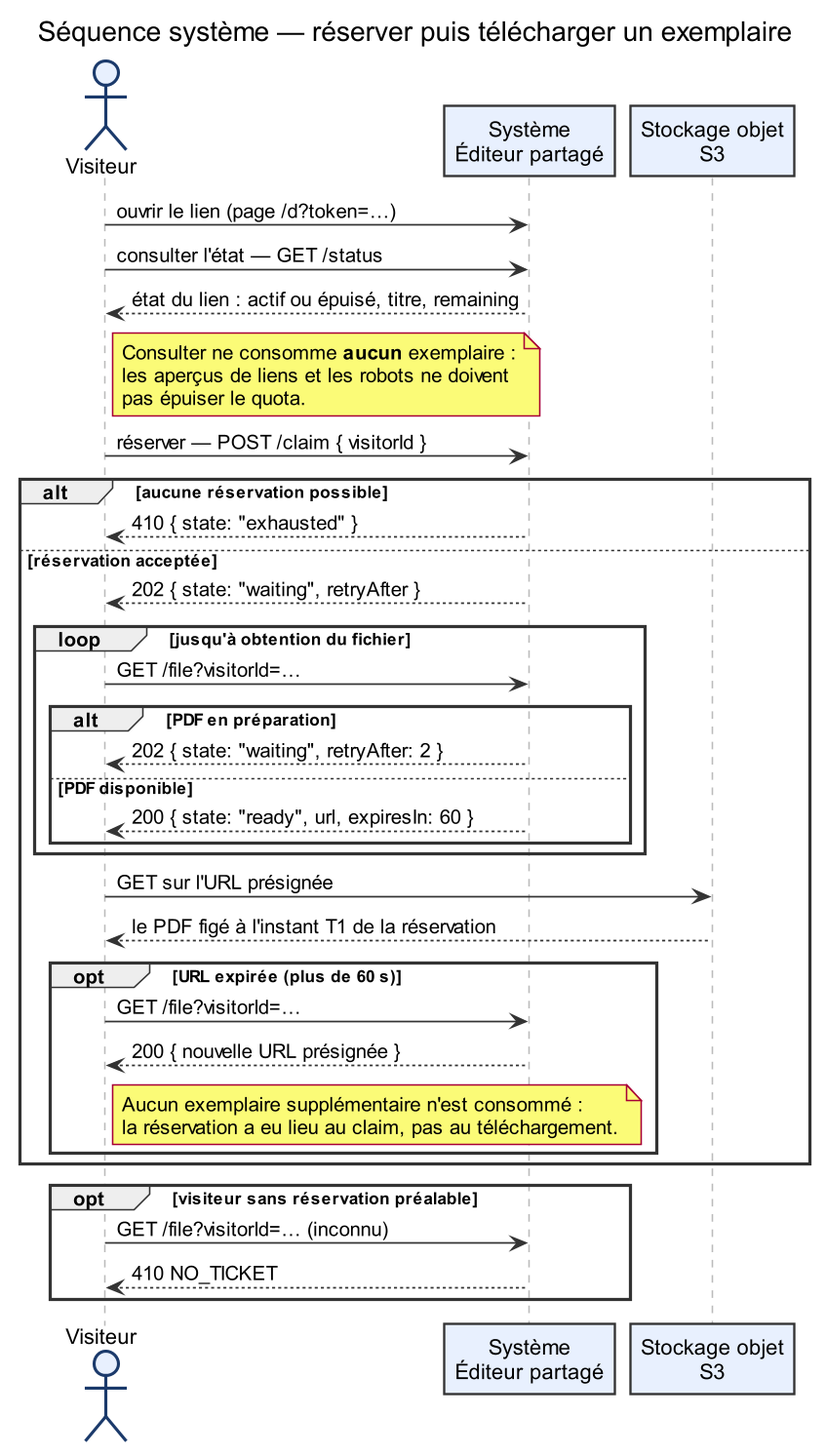
The PlantUML diagram docs/diagrammes-conception/png/09-ssd-telechargement.png in Djusse/Editeur_Partag-, before a commit. Its source is kept beside it as docs/diagrammes-conception/puml/09-ssd-telechargement.puml. The source it was exported from:
```plantuml
@startuml

skinparam {
  dpi 150
  defaultFontName Arial
  shadowing false
  ArrowColor #333333
  ArrowThickness 1.1
  BackgroundColor white
  actorBorderColor #1B3A6B
  actorBackgroundColor #E8F0FE
  sequence {
    ParticipantBorderColor #333333
    ParticipantBackgroundColor #E8F0FE
    LifeLineBorderColor #BBBBBB
    GroupBorderColor #333333
    GroupHeaderBackgroundColor #F7FBFF
    NoteBackgroundColor #FEF9E7
    NoteBorderColor #8A6D1F
  }
}

title Séquence système — réserver puis télécharger un exemplaire

actor Visiteur as V
participant "Système\nÉditeur partagé" as S
participant "Stockage objet\nS3" as S3

V -> S : ouvrir le lien (page /d?token=…)
V -> S : consulter l'état — GET /status
S --> V : état du lien : actif ou épuisé, titre, remaining
note right of V
  Consulter ne consomme **aucun** exemplaire :
  les aperçus de liens et les robots ne doivent
  pas épuiser le quota.
end note

V -> S : réserver — POST /claim { visitorId }
alt aucune réservation possible
  S --> V : 410 { state: "exhausted" }
else réservation acceptée
  S --> V : 202 { state: "waiting", retryAfter }
  loop jusqu'à obtention du fichier
    V -> S : GET /file?visitorId=…
    alt PDF en préparation
      S --> V : 202 { state: "waiting", retryAfter: 2 }
    else PDF disponible
      S --> V : 200 { state: "ready", url, expiresIn: 60 }
    end
  end
  V -> S3 : GET sur l'URL présignée
  S3 --> V : le PDF figé à l'instant T1 de la réservation
  opt URL expirée (plus de 60 s)
    V -> S : GET /file?visitorId=…
    S --> V : 200 { nouvelle URL présignée }
    note right of V
      Aucun exemplaire supplémentaire n'est consommé :
      la réservation a eu lieu au claim, pas au téléchargement.
    end note
  end
end

opt visiteur sans réservation préalable
  V -> S : GET /file?visitorId=… (inconnu)
  S --> V : 410 NO_TICKET
end

@enduml
```
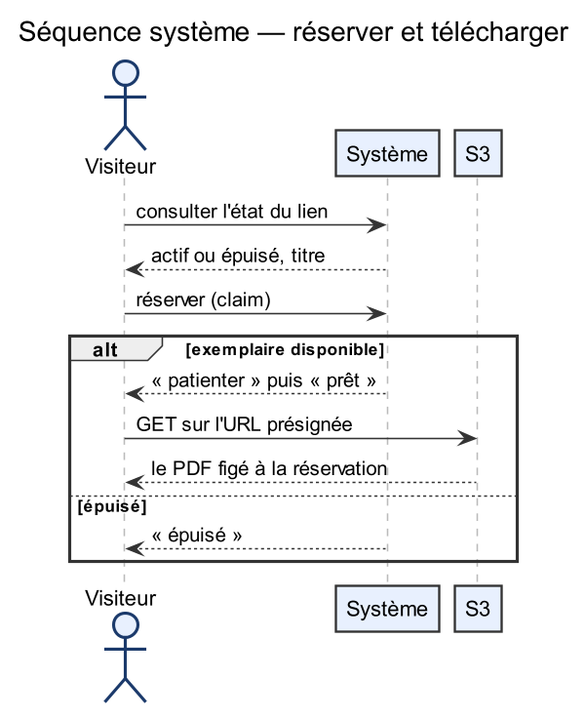
The same file after the commit.

The edit, as a diff of the source:
```diff
@@ -5,7 +5,6 @@
   defaultFontName Arial
   shadowing false
   ArrowColor #333333
-  ArrowThickness 1.1
   BackgroundColor white
   actorBorderColor #1B3A6B
   actorBackgroundColor #E8F0FE
@@ -15,54 +14,24 @@
     LifeLineBorderColor #BBBBBB
     GroupBorderColor #333333
     GroupHeaderBackgroundColor #F7FBFF
-    NoteBackgroundColor #FEF9E7
-    NoteBorderColor #8A6D1F
   }
 }
 
-title Séquence système — réserver puis télécharger un exemplaire
+title Séquence système — réserver et télécharger
 
 actor Visiteur as V
-participant "Système\nÉditeur partagé" as S
-participant "Stockage objet\nS3" as S3
+participant "Système" as S
+participant "S3" as S3
 
-V -> S : ouvrir le lien (page /d?token=…)
-V -> S : consulter l'état — GET /status
-S --> V : état du lien : actif ou épuisé, titre, remaining
-note right of V
-  Consulter ne consomme **aucun** exemplaire :
-  les aperçus de liens et les robots ne doivent
-  pas épuiser le quota.
-end note
-
-V -> S : réserver — POST /claim { visitorId }
-alt aucune réservation possible
-  S --> V : 410 { state: "exhausted" }
-else réservation acceptée
-  S --> V : 202 { state: "waiting", retryAfter }
-  loop jusqu'à obtention du fichier
-    V -> S : GET /file?visitorId=…
-    alt PDF en préparation
-      S --> V : 202 { state: "waiting", retryAfter: 2 }
-    else PDF disponible
-      S --> V : 200 { state: "ready", url, expiresIn: 60 }
-    end
-  end
+V -> S : consulter l'état du lien
+S --> V : actif ou épuisé, titre
+V -> S : réserver (claim)
+alt exemplaire disponible
+  S --> V : « patienter » puis « prêt »
   V -> S3 : GET sur l'URL présignée
-  S3 --> V : le PDF figé à l'instant T1 de la réservation
-  opt URL expirée (plus de 60 s)
-    V -> S : GET /file?visitorId=…
-    S --> V : 200 { nouvelle URL présignée }
-    note right of V
-      Aucun exemplaire supplémentaire n'est consommé :
-      la réservation a eu lieu au claim, pas au téléchargement.
-    end note
-  end
-end
-
-opt visiteur sans réservation préalable
-  V -> S : GET /file?visitorId=… (inconnu)
-  S --> V : 410 NO_TICKET
+  S3 --> V : le PDF figé à la réservation
+else épuisé
+  S --> V : « épuisé »
 end
 
 @enduml
```
